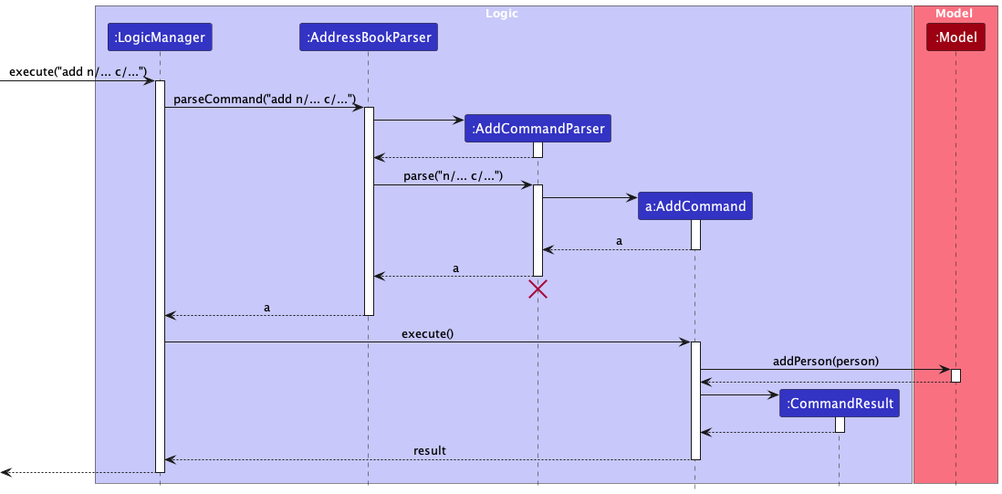
Above: docs/images/AddSequenceDiagram.png in tanteckfang/tp (PlantUML), before the change. Source of this version:
```plantuml
@startuml
!include style.puml
skinparam ArrowFontStyle plain

box Logic LOGIC_COLOR_T1
participant ":LogicManager" as LogicManager LOGIC_COLOR
participant ":AddressBookParser" as AddressBookParser LOGIC_COLOR
participant ":AddCommandParser" as AddCommandParser LOGIC_COLOR
participant "a:AddCommand" as AddCommand LOGIC_COLOR
participant ":CommandResult" as CommandResult LOGIC_COLOR
end box

box Model MODEL_COLOR_T1
participant ":Model" as Model MODEL_COLOR
end box

[-> LogicManager : execute("add n/... c/...")
activate LogicManager

LogicManager -> AddressBookParser : parseCommand("add n/... c/...")
activate AddressBookParser

create AddCommandParser
AddressBookParser -> AddCommandParser
activate AddCommandParser

AddCommandParser --> AddressBookParser
deactivate AddCommandParser

AddressBookParser -> AddCommandParser : parse("n/... c/...")
activate AddCommandParser

create AddCommand
AddCommandParser -> AddCommand
activate AddCommand

AddCommand --> AddCommandParser : a
deactivate AddCommand

AddCommandParser --> AddressBookParser : a
deactivate AddCommandParser
AddCommandParser -[hidden]-> AddressBookParser
destroy AddCommandParser

AddressBookParser --> LogicManager : a
deactivate AddressBookParser

LogicManager -> AddCommand : execute()
activate AddCommand

AddCommand -> Model : addPerson(person)
activate Model

Model --> AddCommand
deactivate Model

create CommandResult
AddCommand -> CommandResult
activate CommandResult

CommandResult --> AddCommand
deactivate CommandResult

AddCommand --> LogicManager : result
deactivate AddCommand

[<--LogicManager
deactivate LogicManager
@enduml
```
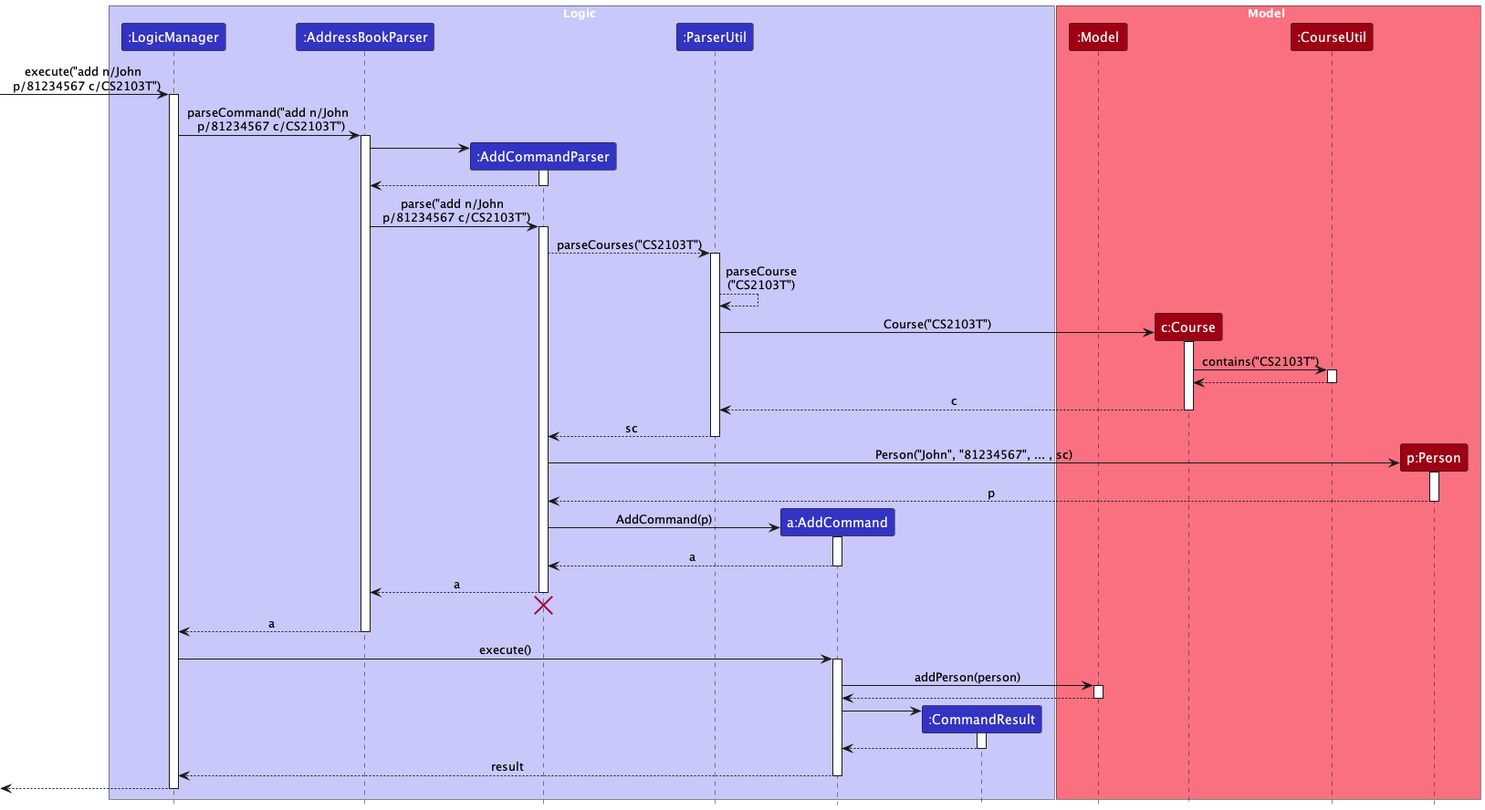
The same diagram one commit later.

The edit, as a diff of the source:
```diff
@@ -6,18 +6,22 @@
 participant ":LogicManager" as LogicManager LOGIC_COLOR
 participant ":AddressBookParser" as AddressBookParser LOGIC_COLOR
 participant ":AddCommandParser" as AddCommandParser LOGIC_COLOR
+participant ":ParserUtil" as ParserUtil LOGIC_COLOR
 participant "a:AddCommand" as AddCommand LOGIC_COLOR
 participant ":CommandResult" as CommandResult LOGIC_COLOR
 end box
 
 box Model MODEL_COLOR_T1
 participant ":Model" as Model MODEL_COLOR
+participant "c:Course" as Course MODEL_COLOR
+participant ":CourseUtil" as CourseUtil MODEL_COLOR
+participant "p:Person" as Person MODEL_COLOR
 end box
 
-[-> LogicManager : execute("add n/... c/...")
+[-> LogicManager : execute("add n/John \n p/81234567 c/CS2103T")
 activate LogicManager
 
-LogicManager -> AddressBookParser : parseCommand("add n/... c/...")
+LogicManager -> AddressBookParser : parseCommand("add n/John \n p/81234567 c/CS2103T")
 activate AddressBookParser
 
 create AddCommandParser
@@ -27,11 +31,38 @@
 AddCommandParser --> AddressBookParser
 deactivate AddCommandParser
 
-AddressBookParser -> AddCommandParser : parse("n/... c/...")
+AddressBookParser -> AddCommandParser : parse("add n/John \n p/81234567 c/CS2103T")
 activate AddCommandParser
 
+AddCommandParser --> ParserUtil : parseCourses("CS2103T")
+activate ParserUtil
+
+ParserUtil --> ParserUtil : parseCourse\n("CS2103T")
+
+create Course
+ParserUtil -> Course : Course("CS2103T")
+activate Course
+
+Course -> CourseUtil : contains("CS2103T")
+activate CourseUtil
+CourseUtil --> Course
+deactivate CourseUtil
+
+Course --> ParserUtil : c
+deactivate Course
+
+ParserUtil --> AddCommandParser : sc
+deactivate ParserUtil
+
+create Person
+AddCommandParser -> Person : Person("John", "81234567", ... , sc)
+activate Person
+
+Person --> AddCommandParser : p
+deactivate Person
+
 create AddCommand
-AddCommandParser -> AddCommand
+AddCommandParser -> AddCommand : AddCommand(p)
 activate AddCommand
 
 AddCommand --> AddCommandParser : a
```
